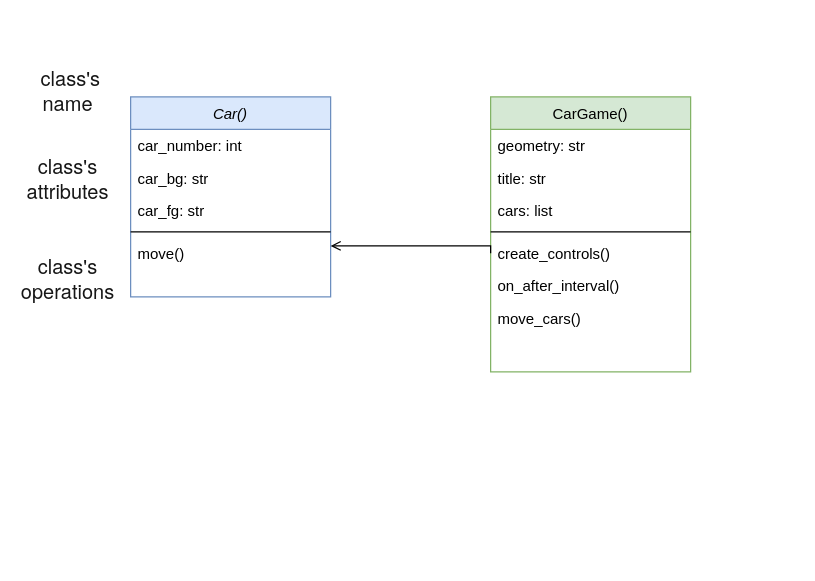
This is umlam.drawio from VictoriaJ4/VictoriaJ4, a draw.io file, before an edit. Source tidied: cells renumbered, new cells numbered last; positions are measured from the earlier drawing's top-left corner, leaving out a move shared by most shapes. Both pictures are drawn from the tidied source at 125%, with x=0, y=0 at pixel (30, 71).
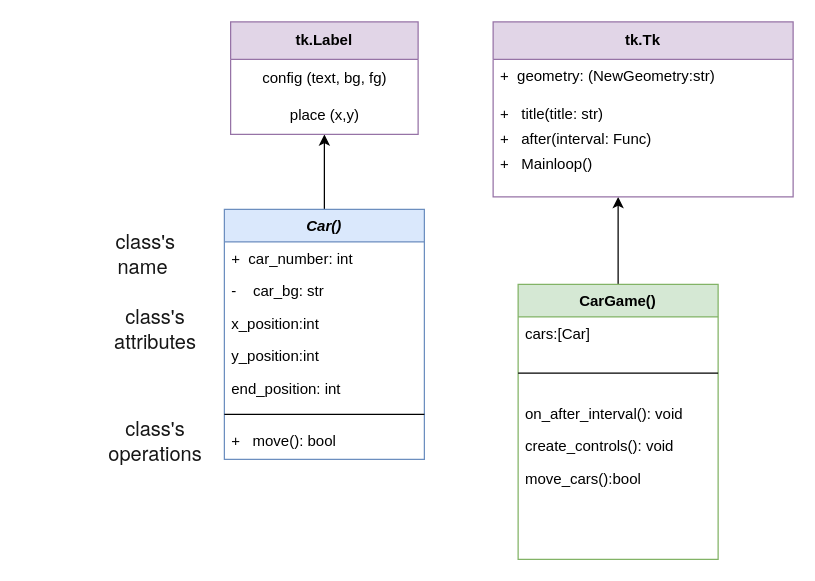
The same diagram, later.

The edit, as a diff of the source:
```diff
@@
+    <mxCell id="21" style="edgeStyle=orthogonalEdgeStyle;rounded=0;jettySize=auto;html=1;entryX=0.5;entryY=1;entryDx=0;entryDy=0;" parent="1" edge="1" source="2" target="30">
+      <mxGeometry relative="1" as="geometry" />
+    </mxCell>
-    <mxCell id="2" value="Car()" style="swimlane;fontStyle=2;align=center;verticalAlign=top;horizontal=1;startSize=26;rounded=0;shadow=0;strokeWidth=1;fillColor=#dae8fc;strokeColor=#6c8ebf;" parent="1" vertex="1">
-      <mxGeometry x="80" y="20" width="160" height="160" as="geometry" />
+    <mxCell id="2" value="Car()" style="swimlane;fontStyle=3;align=center;verticalAlign=top;horizontal=1;startSize=26;rounded=0;shadow=0;strokeWidth=1;fillColor=#dae8fc;strokeColor=#6c8ebf;" parent="1" vertex="1">
+      <mxGeometry x="155" y="110" width="160" height="200" as="geometry" />
     </mxCell>
-    <mxCell id="3" value="car_number: int" style="text;align=left;verticalAlign=top;spacingLeft=4;spacingRight=4;overflow=hidden;" parent="2" vertex="1">
+    <mxCell id="3" value="+  car_number: int" style="text;align=left;verticalAlign=top;spacingLeft=4;spacingRight=4;overflow=hidden;" parent="2" vertex="1">
       <mxGeometry y="26" width="160" height="26" as="geometry" />
     </mxCell>
-    <mxCell id="4" value="car_bg: str" style="text;align=left;verticalAlign=top;spacingLeft=4;spacingRight=4;overflow=hidden;rounded=0;shadow=0;html=0;" parent="2" vertex="1">
+    <mxCell id="4" value="-    car_bg: str" style="text;align=left;verticalAlign=top;spacingLeft=4;spacingRight=4;overflow=hidden;rounded=0;shadow=0;html=0;" parent="2" vertex="1">
       <mxGeometry y="52" width="160" height="26" as="geometry" />
     </mxCell>
-    <mxCell id="5" value="car_fg: str" style="text;align=left;verticalAlign=top;spacingLeft=4;spacingRight=4;overflow=hidden;rounded=0;shadow=0;html=0;" parent="2" vertex="1">
+    <mxCell id="5" value="x_position:int&#10;" style="text;align=left;verticalAlign=top;spacingLeft=4;spacingRight=4;overflow=hidden;rounded=0;shadow=0;html=0;" parent="2" vertex="1">
       <mxGeometry y="78" width="160" height="26" as="geometry" />
     </mxCell>
+    <mxCell id="22" value="y_position:int&#10;&#10;" style="text;align=left;verticalAlign=top;spacingLeft=4;spacingRight=4;overflow=hidden;rounded=0;shadow=0;html=0;" parent="2" vertex="1">
+      <mxGeometry y="104" width="160" height="26" as="geometry" />
+    </mxCell>
+    <mxCell id="23" value="end_position: int" style="text;align=left;verticalAlign=top;spacingLeft=4;spacingRight=4;overflow=hidden;rounded=0;shadow=0;html=0;" parent="2" vertex="1">
+      <mxGeometry y="130" width="160" height="26" as="geometry" />
+    </mxCell>
     <mxCell id="6" style="line;html=1;strokeWidth=1;align=left;verticalAlign=middle;spacingTop=-1;spacingLeft=3;spacingRight=3;labelPosition=right;" parent="2" vertex="1">
-      <mxGeometry y="104" width="160" height="8" as="geometry" />
+      <mxGeometry y="156" width="160" height="16" as="geometry" />
     </mxCell>
-    <mxCell id="7" value="move()" style="text;align=left;verticalAlign=top;spacingLeft=4;spacingRight=4;overflow=hidden;" parent="2" vertex="1">
-      <mxGeometry y="112" width="160" height="48" as="geometry" />
+    <mxCell id="7" value="+   move(): bool" style="text;align=left;verticalAlign=top;spacingLeft=4;spacingRight=4;overflow=hidden;" parent="2" vertex="1">
+      <mxGeometry y="172" width="160" height="20" as="geometry" />
     </mxCell>
+    <mxCell id="24" style="edgeStyle=orthogonalEdgeStyle;rounded=0;jettySize=auto;html=1;" parent="1" edge="1" source="8">
+      <mxGeometry relative="1" as="geometry">
+        <mxPoint x="470" y="100" as="targetPoint" />
+      </mxGeometry>
+    </mxCell>
-    <mxCell id="8" value="CarGame()" style="swimlane;fontStyle=0;align=center;verticalAlign=top;horizontal=1;startSize=26;rounded=0;shadow=0;strokeWidth=1;fillColor=#d5e8d4;strokeColor=#82b366;" parent="1" vertex="1">
-      <mxGeometry x="368" y="20" width="160" height="220" as="geometry" />
+    <mxCell id="8" value="CarGame()" style="swimlane;fontStyle=1;align=center;verticalAlign=top;horizontal=1;startSize=26;rounded=0;shadow=0;strokeWidth=1;fillColor=#d5e8d4;strokeColor=#82b366;" parent="1" vertex="1">
+      <mxGeometry x="390" y="170" width="160" height="220" as="geometry" />
     </mxCell>
-    <mxCell id="9" value="geometry: str" style="text;align=left;verticalAlign=top;spacingLeft=4;spacingRight=4;overflow=hidden;" parent="8" vertex="1">
-      <mxGeometry y="26" width="160" height="26" as="geometry" />
-    </mxCell>
-    <mxCell id="10" value="title: str" style="text;align=left;verticalAlign=top;spacingLeft=4;spacingRight=4;overflow=hidden;rounded=0;shadow=0;html=0;" parent="8" vertex="1">
-      <mxGeometry y="52" width="160" height="26" as="geometry" />
-    </mxCell>
-    <mxCell id="11" value="cars: list" style="text;align=left;verticalAlign=top;spacingLeft=4;spacingRight=4;overflow=hidden;rounded=0;shadow=0;html=0;" parent="8" vertex="1">
-      <mxGeometry y="78" width="160" height="26" as="geometry" />
+    <mxCell id="11" value="cars:[Car]" style="text;align=left;verticalAlign=top;spacingLeft=4;spacingRight=4;overflow=hidden;rounded=0;shadow=0;html=0;" parent="8" vertex="1">
+      <mxGeometry y="26" width="160" height="26" as="geometry" />
     </mxCell>
     <mxCell id="12" style="line;html=1;strokeWidth=1;align=left;verticalAlign=middle;spacingTop=-1;spacingLeft=3;spacingRight=3;labelPosition=right;" parent="8" vertex="1">
-      <mxGeometry y="104" width="160" height="8" as="geometry" />
+      <mxGeometry y="52" width="160" height="38" as="geometry" />
     </mxCell>
+    <mxCell id="14" value="on_after_interval(): void" style="text;align=left;verticalAlign=top;spacingLeft=4;spacingRight=4;overflow=hidden;" parent="8" vertex="1">
+      <mxGeometry y="90" width="160" height="26" as="geometry" />
+    </mxCell>
-    <mxCell id="13" value="create_controls()" style="text;align=left;verticalAlign=top;spacingLeft=4;spacingRight=4;overflow=hidden;points=[[0,0.5],[1,0.5]];portConstraint=eastwest;" parent="8" vertex="1">
-      <mxGeometry y="112" width="160" height="26" as="geometry" />
+    <mxCell id="13" value="create_controls(): void" style="text;align=left;verticalAlign=top;spacingLeft=4;spacingRight=4;overflow=hidden;points=[[0,0.5],[1,0.5]];portConstraint=eastwest;" parent="8" vertex="1">
+      <mxGeometry y="116" width="160" height="26" as="geometry" />
     </mxCell>
-    <mxCell id="14" value="on_after_interval()" style="text;align=left;verticalAlign=top;spacingLeft=4;spacingRight=4;overflow=hidden;" parent="8" vertex="1">
-      <mxGeometry y="138" width="160" height="26" as="geometry" />
-    </mxCell>
-    <mxCell id="15" value="move_cars()" style="text;align=left;verticalAlign=top;spacingLeft=4;spacingRight=4;overflow=hidden;" parent="8" vertex="1">
-      <mxGeometry y="164" width="160" height="26" as="geometry" />
+    <mxCell id="15" value="move_cars():bool" style="text;align=left;verticalAlign=top;spacingLeft=4;spacingRight=4;overflow=hidden;" parent="8" vertex="1">
+      <mxGeometry y="142" width="160" height="26" as="geometry" />
     </mxCell>
-    <mxCell id="16" style="endArrow=open;shadow=0;strokeWidth=1;rounded=0;curved=0;endFill=1;edgeStyle=elbowEdgeStyle;elbow=vertical;exitX=0;exitY=0.5;exitDx=0;exitDy=0;" parent="1" edge="1" source="13">
-      <mxGeometry x="0.5" y="41" relative="1" as="geometry">
-        <mxPoint x="240" y="139.2" as="targetPoint" />
-        <Array as="points">
-          <mxPoint x="330" y="139.2" />
-          <mxPoint x="280" y="129.2" />
-        </Array>
-        <mxPoint x="-40" y="32" as="offset" />
-      </mxGeometry>
-    </mxCell>
-    <mxCell id="17" style="align=right;verticalAlign=bottom;labelBackgroundColor=none;fontSize=12;" parent="16" vertex="1">
-      <mxGeometry x="1" relative="1" as="geometry">
-        <mxPoint x="-7" y="4" as="offset" />
-      </mxGeometry>
-    </mxCell>
     <mxCell id="18" value="&lt;span style=&quot;color: rgb(22, 22, 22); font-family: &amp;quot;IBM Plex Sans&amp;quot;, &amp;quot;Helvetica Neue&amp;quot;, Arial, sans-serif; font-size: 16px; text-align: start; background-color: rgb(255, 255, 255);&quot;&gt;class's attributes&lt;/span&gt;" style="text;html=1;align=center;verticalAlign=middle;whiteSpace=wrap;rounded=0;" parent="1" vertex="1">
-      <mxGeometry y="70" width="60" height="30" as="geometry" />
+      <mxGeometry x="70" y="190" width="60" height="30" as="geometry" />
     </mxCell>
     <mxCell id="19" value="&lt;span style=&quot;color: rgb(22, 22, 22); font-family: &amp;quot;IBM Plex Sans&amp;quot;, &amp;quot;Helvetica Neue&amp;quot;, Arial, sans-serif; font-size: 16px; text-align: start; background-color: rgb(255, 255, 255);&quot;&gt;class's operations&lt;/span&gt;" style="text;html=1;align=center;verticalAlign=middle;whiteSpace=wrap;rounded=0;" parent="1" vertex="1">
-      <mxGeometry y="150" width="60" height="30" as="geometry" />
+      <mxGeometry x="70" y="280" width="60" height="30" as="geometry" />
     </mxCell>
     <mxCell id="20" value="&lt;span style=&quot;color: rgb(22, 22, 22); font-family: &amp;quot;IBM Plex Sans&amp;quot;, &amp;quot;Helvetica Neue&amp;quot;, Arial, sans-serif; font-size: 16px; text-align: start; background-color: rgb(255, 255, 255);&quot;&gt;&amp;nbsp;class's name&lt;/span&gt;" style="text;html=1;align=center;verticalAlign=middle;whiteSpace=wrap;rounded=0;" parent="1" vertex="1">
-      <mxGeometry width="60" height="30" as="geometry" />
+      <mxGeometry x="60" y="130" width="60" height="30" as="geometry" />
     </mxCell>
+    <mxCell id="25" value="&lt;b&gt;tk.Tk&lt;/b&gt;" style="swimlane;fontStyle=0;horizontal=1;startSize=30;whiteSpace=wrap;html=1;fillColor=#e1d5e7;strokeColor=#9673a6;" parent="1" vertex="1">
+      <mxGeometry x="370" y="-40" width="240" height="140" as="geometry" />
+    </mxCell>
+    <mxCell id="26" value="+  geometry: (NewGeometry:str)" style="text;align=left;verticalAlign=top;spacingLeft=4;spacingRight=4;overflow=hidden;rounded=0;shadow=0;html=0;" parent="25" vertex="1">
+      <mxGeometry y="30" width="240" height="30" as="geometry" />
+    </mxCell>
+    <mxCell id="27" value="+   title(title: str)" style="text;align=left;verticalAlign=top;spacingLeft=4;spacingRight=4;overflow=hidden;rounded=0;shadow=0;html=0;" parent="25" vertex="1">
+      <mxGeometry y="60" width="240" height="20" as="geometry" />
+    </mxCell>
+    <mxCell id="28" value="+   after(interval: Func)" style="text;align=left;verticalAlign=top;spacingLeft=4;spacingRight=4;overflow=hidden;rounded=0;shadow=0;html=0;" parent="25" vertex="1">
+      <mxGeometry y="80" width="240" height="20" as="geometry" />
+    </mxCell>
+    <mxCell id="29" value="+   Mainloop()" style="text;align=left;verticalAlign=top;spacingLeft=4;spacingRight=4;overflow=hidden;rounded=0;shadow=0;html=0;" parent="25" vertex="1">
+      <mxGeometry y="100" width="240" height="40" as="geometry" />
+    </mxCell>
+    <mxCell id="30" value="&lt;b&gt;tk.Label&lt;/b&gt;" style="swimlane;fontStyle=0;horizontal=1;startSize=30;whiteSpace=wrap;html=1;fillColor=#e1d5e7;strokeColor=#9673a6;" parent="1" vertex="1">
+      <mxGeometry x="160" y="-40" width="150" height="90" as="geometry" />
+    </mxCell>
+    <mxCell id="31" value="config (text, bg, fg)" style="text;html=1;align=center;verticalAlign=middle;strokeColor=none;fillColor=none;" parent="30" vertex="1">
+      <mxGeometry y="30" width="150" height="30" as="geometry" />
+    </mxCell>
+    <mxCell id="32" value="place (x,y)" style="text;html=1;align=center;verticalAlign=middle;strokeColor=none;fillColor=none;" parent="30" vertex="1">
+      <mxGeometry y="60" width="150" height="30" as="geometry" />
+    </mxCell>
```
